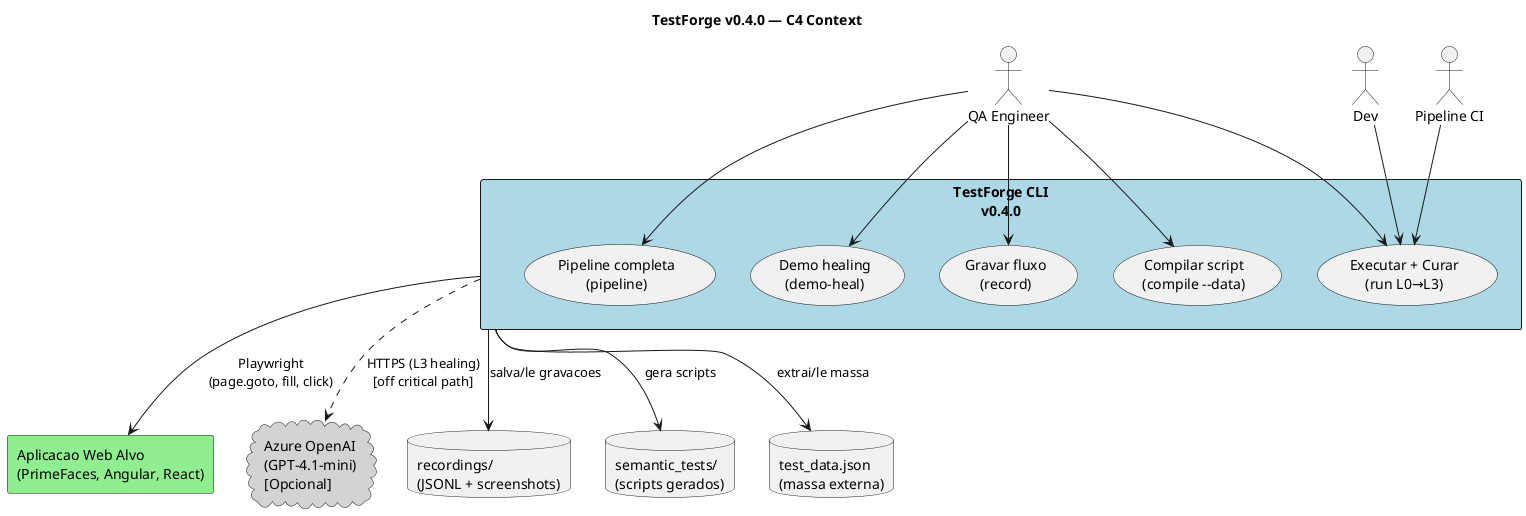
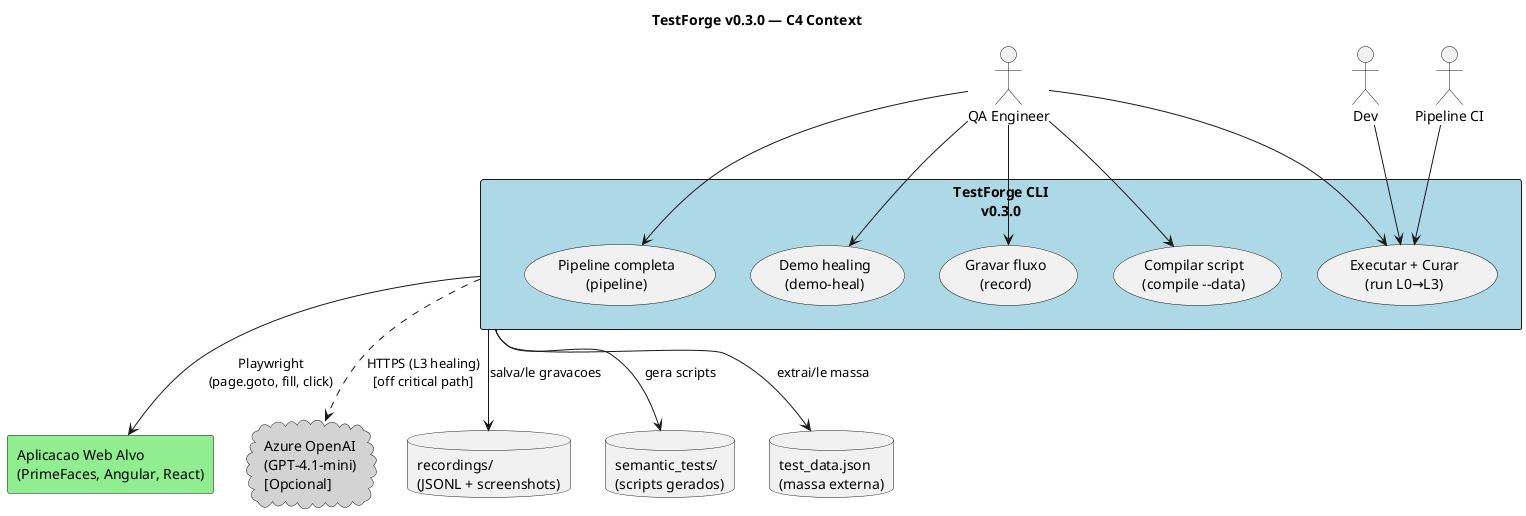
@startuml
- title TestForge v0.4.0 — C4 Context
+ title TestForge v0.3.0 — C4 Context

skinparam backgroundColor #FFFFFF
skinparam packageStyle rectangle

actor "QA Engineer" as QA

- rectangle "TestForge CLI\nv0.4.0" as TF #LightBlue {
+ rectangle "TestForge CLI\nv0.3.0" as TF #LightBlue {
  usecase "Gravar fluxo\n(record)" as UC1
  usecase "Compilar script\n(compile --data)" as UC2
  usecase "Executar + Curar\n(run L0→L3)" as UC3
  usecase "Pipeline completa\n(pipeline)" as UC4
  usecase "Demo healing\n(demo-heal)" as UC5
}

actor "Dev" as DEV
actor "Pipeline CI" as CI

rectangle "Aplicacao Web Alvo\n(PrimeFaces, Angular, React)" as APP #LightGreen

cloud "Azure OpenAI\n(GPT-4.1-mini)\n[Opcional]" as LLM #LightGray

database "recordings/\n(JSONL + screenshots)" as REC
database "semantic_tests/\n(scripts gerados)" as ST
database "test_data.json\n(massa externa)" as TD

QA --> UC1
QA --> UC2
QA --> UC3
QA --> UC4
QA --> UC5

DEV --> UC3
CI --> UC3

TF --> APP : Playwright\n(page.goto, fill, click)
TF --> REC : salva/le gravacoes
TF --> ST : gera scripts
TF --> TD : extrai/le massa

TF ..> LLM : HTTPS (L3 healing)\n[off critical path]

@enduml
